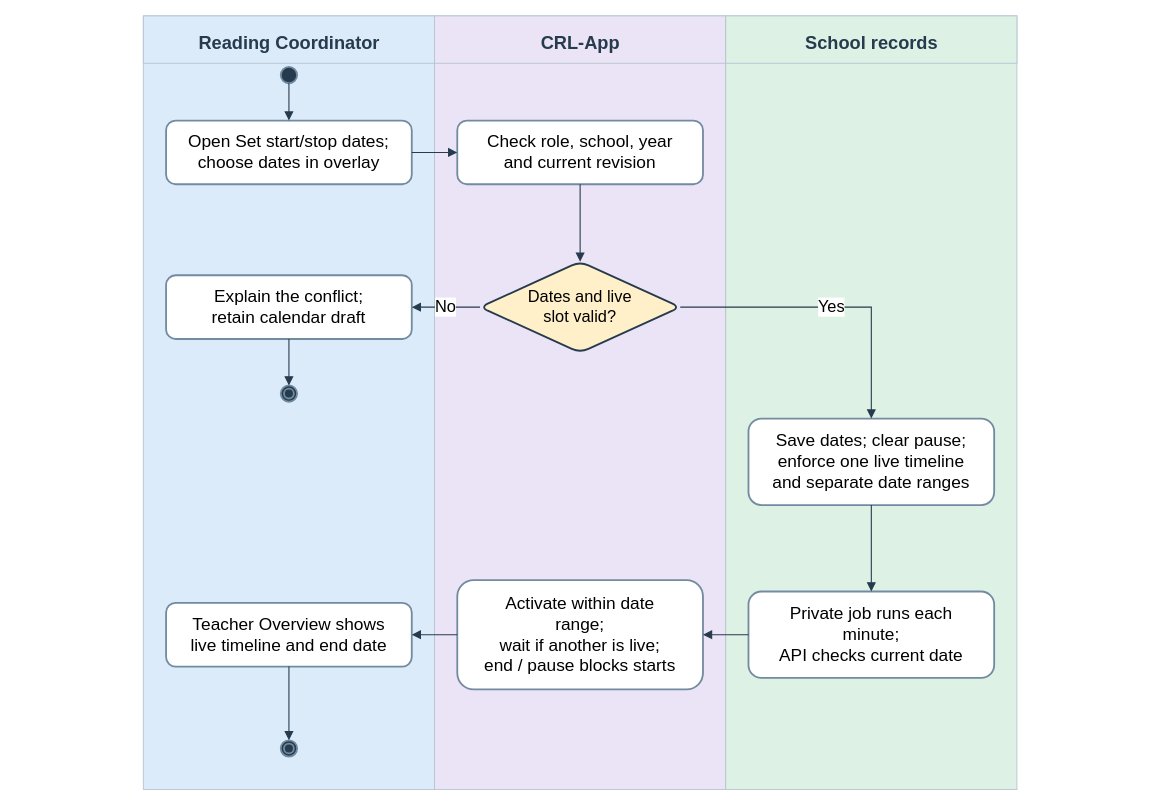
The draw.io diagram docs/diagrams/class-workspaces/figure-15e-timeline-scheduling.drawio in AkuSayangKamuJudaSayang/crl-app, before the edit. Source tidied: cells renumbered, new cells numbered last; positions are measured from the earlier drawing's top-left corner, leaving out a move shared by most shapes. Both pictures are drawn from the tidied source at 91%, with x=0, y=0 at pixel (15, 15).
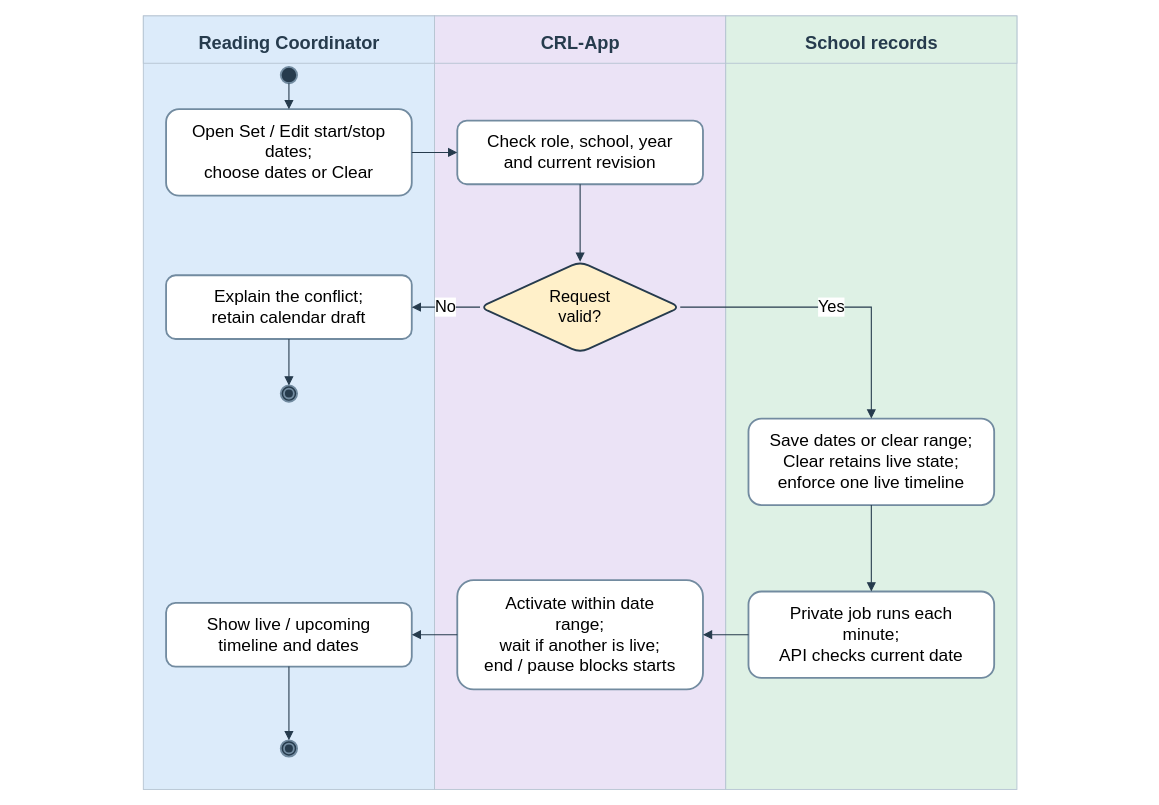
After the change.

Diff of the diagram source:
```diff
@@
-    <mxCell id="12" value="Open Set start/stop dates;&lt;br&gt;choose dates in overlay" style="rounded=1;whiteSpace=wrap;html=1;fontFamily=Arial;fillColor=#ffffff;strokeColor=#728ba0;strokeWidth=2;fontSize=19;" parent="1" vertex="1">
-      <mxGeometry x="165" y="115" width="270" height="70" as="geometry" />
+    <mxCell id="12" value="Open Set / Edit start/stop&lt;br&gt;dates;&lt;br&gt;choose dates or Clear" style="rounded=1;whiteSpace=wrap;html=1;fontFamily=Arial;fillColor=#ffffff;strokeColor=#728ba0;strokeWidth=2;fontSize=19;" parent="1" vertex="1">
+      <mxGeometry x="165" y="102.5" width="270" height="95" as="geometry" />
     </mxCell>
@@
-    <mxCell id="14" value="Dates and live&lt;br&gt;slot valid?" style="rounded=1;whiteSpace=wrap;html=1;fontFamily=Arial;fillColor=#ffffff;strokeColor=#728ba0;strokeWidth=2;fontSize=19;shape=rhombus;strokeColor=#263b4d;fillColor=#fff0c9;fontSize=18;" parent="1" vertex="1">
+    <mxCell id="14" value="Request&lt;br&gt;valid?" style="rounded=1;whiteSpace=wrap;html=1;fontFamily=Arial;fillColor=#ffffff;strokeColor=#728ba0;strokeWidth=2;fontSize=19;shape=rhombus;strokeColor=#263b4d;fillColor=#fff0c9;fontSize=18;" parent="1" vertex="1">
       <mxGeometry x="510" y="270" width="220" height="100" as="geometry" />
     </mxCell>
@@
-    <mxCell id="17" value="Save dates; clear pause;&lt;br&gt;enforce one live timeline&lt;br&gt;and separate date ranges" style="rounded=1;whiteSpace=wrap;html=1;fontFamily=Arial;fillColor=#ffffff;strokeColor=#728ba0;strokeWidth=2;fontSize=19;" parent="1" vertex="1">
+    <mxCell id="17" value="Save dates or clear range;&lt;br&gt;Clear retains live state;&lt;br&gt;enforce one live timeline" style="rounded=1;whiteSpace=wrap;html=1;fontFamily=Arial;fillColor=#ffffff;strokeColor=#728ba0;strokeWidth=2;fontSize=19;" parent="1" vertex="1">
       <mxGeometry x="805" y="442.5" width="270" height="95" as="geometry" />
     </mxCell>
@@
-    <mxCell id="20" value="Teacher Overview shows&lt;br&gt;live timeline and end date" style="rounded=1;whiteSpace=wrap;html=1;fontFamily=Arial;fillColor=#ffffff;strokeColor=#728ba0;strokeWidth=2;fontSize=19;" parent="1" vertex="1">
+    <mxCell id="20" value="Show live / upcoming&lt;br&gt;timeline and dates" style="rounded=1;whiteSpace=wrap;html=1;fontFamily=Arial;fillColor=#ffffff;strokeColor=#728ba0;strokeWidth=2;fontSize=19;" parent="1" vertex="1">
       <mxGeometry x="165" y="645" width="270" height="70" as="geometry" />
     </mxCell>
```
